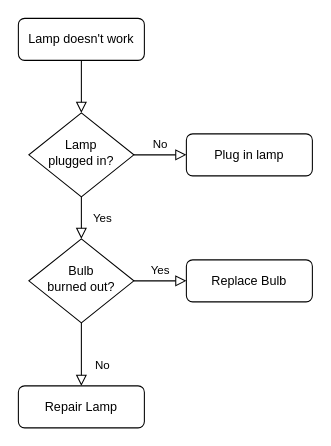
Earlier version of the draw.io diagram Monty Project.drawio (Usool-Data-Science/monty). Source tidied: cells renumbered, new cells numbered last; positions are measured from the earlier drawing's top-left corner, leaving out a move shared by most shapes. Both pictures are drawn from the tidied source at 105%, with x=0, y=0 at pixel (18, 18).
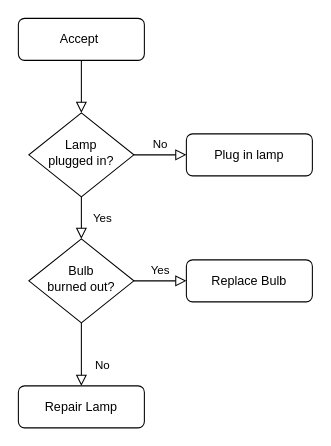
The same page after the edit.

The edit, as a diff of the source:
```diff
@@
 <mxGraphModel>
   <root>
     <mxCell id="0" />
     <mxCell id="1" parent="0" />
     <mxCell id="2" style="rounded=0;html=1;jettySize=auto;fontSize=11;endArrow=block;endFill=0;endSize=8;strokeWidth=1;shadow=0;labelBackgroundColor=none;edgeStyle=orthogonalEdgeStyle;" parent="1" edge="1" source="3" target="6">
       <mxGeometry relative="1" as="geometry" />
     </mxCell>
-    <mxCell id="3" value="Lamp doesn't work" style="rounded=1;whiteSpace=wrap;html=1;fontSize=12;glass=0;strokeWidth=1;shadow=0;" parent="1" vertex="1">
+    <mxCell id="3" value="Accept&amp;nbsp;" style="rounded=1;whiteSpace=wrap;html=1;fontSize=12;glass=0;strokeWidth=1;shadow=0;" parent="1" vertex="1">
       <mxGeometry width="120" height="40" as="geometry" />
     </mxCell>
     <mxCell id="4" value="Yes" style="rounded=0;html=1;jettySize=auto;fontSize=11;endArrow=block;endFill=0;endSize=8;strokeWidth=1;shadow=0;labelBackgroundColor=none;edgeStyle=orthogonalEdgeStyle;" parent="1" edge="1" source="6" target="10">
       <mxGeometry y="20" relative="1" as="geometry" />
     </mxCell>
     <mxCell id="5" value="No" style="edgeStyle=orthogonalEdgeStyle;rounded=0;html=1;jettySize=auto;fontSize=11;endArrow=block;endFill=0;endSize=8;strokeWidth=1;shadow=0;labelBackgroundColor=none;" parent="1" edge="1" source="6" target="7">
       <mxGeometry y="10" relative="1" as="geometry" />
     </mxCell>
     <mxCell id="6" value="Lamp&lt;br&gt;plugged in?" style="rhombus;whiteSpace=wrap;html=1;shadow=0;fontFamily=Helvetica;fontSize=12;align=center;strokeWidth=1;spacing=6;spacingTop=-4;" parent="1" vertex="1">
       <mxGeometry x="10" y="90" width="100" height="80" as="geometry" />
     </mxCell>
     <mxCell id="7" value="Plug in lamp" style="rounded=1;whiteSpace=wrap;html=1;fontSize=12;glass=0;strokeWidth=1;shadow=0;" parent="1" vertex="1">
       <mxGeometry x="160" y="110" width="120" height="40" as="geometry" />
     </mxCell>
     <mxCell id="8" value="No" style="rounded=0;html=1;jettySize=auto;fontSize=11;endArrow=block;endFill=0;endSize=8;strokeWidth=1;shadow=0;labelBackgroundColor=none;edgeStyle=orthogonalEdgeStyle;" parent="1" edge="1" source="10" target="11">
       <mxGeometry x="0.33" y="20" relative="1" as="geometry" />
     </mxCell>
     <mxCell id="9" value="Yes" style="edgeStyle=orthogonalEdgeStyle;rounded=0;html=1;jettySize=auto;fontSize=11;endArrow=block;endFill=0;endSize=8;strokeWidth=1;shadow=0;labelBackgroundColor=none;" parent="1" edge="1" source="10" target="12">
       <mxGeometry y="10" relative="1" as="geometry" />
     </mxCell>
     <mxCell id="10" value="Bulb&lt;br&gt;burned out?" style="rhombus;whiteSpace=wrap;html=1;shadow=0;fontFamily=Helvetica;fontSize=12;align=center;strokeWidth=1;spacing=6;spacingTop=-4;" parent="1" vertex="1">
       <mxGeometry x="10" y="210" width="100" height="80" as="geometry" />
     </mxCell>
     <mxCell id="11" value="Repair Lamp" style="rounded=1;whiteSpace=wrap;html=1;fontSize=12;glass=0;strokeWidth=1;shadow=0;" parent="1" vertex="1">
       <mxGeometry y="350" width="120" height="40" as="geometry" />
     </mxCell>
     <mxCell id="12" value="Replace Bulb" style="rounded=1;whiteSpace=wrap;html=1;fontSize=12;glass=0;strokeWidth=1;shadow=0;" parent="1" vertex="1">
       <mxGeometry x="160" y="230" width="120" height="40" as="geometry" />
     </mxCell>
   </root>
 </mxGraphModel>
```
